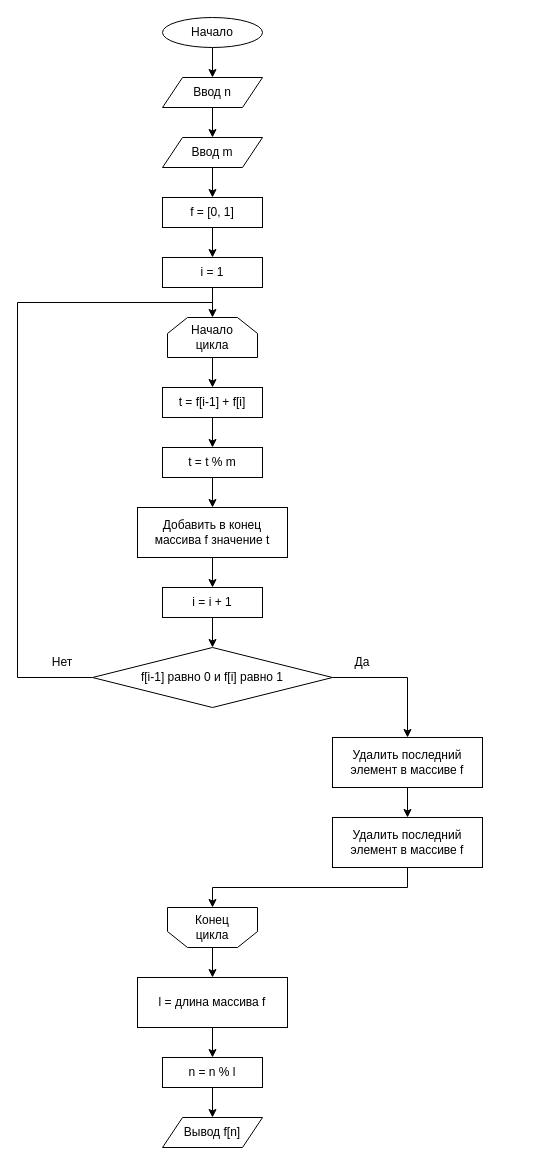
Above: page "2.2.3" (3 of 9) of Блок-схемы.drawio in hantagu/practice (draw.io), before the change. Source tidied: cells renumbered, new cells numbered last; positions are measured from the earlier drawing's top-left corner, leaving out a move shared by most shapes. Both pictures are drawn from the tidied source at 100%, with x=0, y=0 at pixel (17, 17).
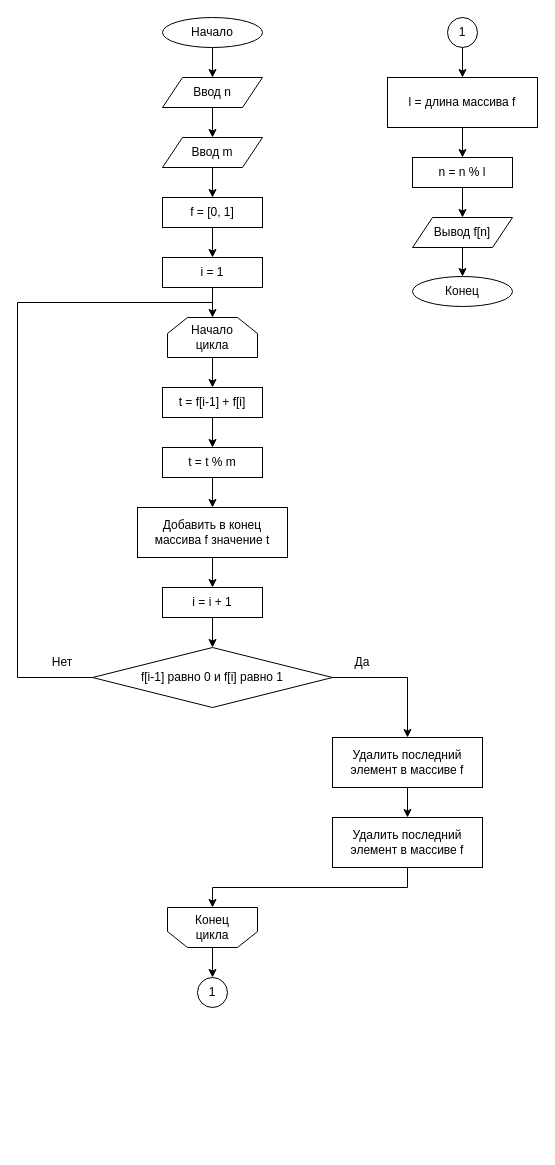
The same page after the edit.

The change refers to these unchanged cells:
```xml
<mxCell id="15" style="shape=loopLimit;whiteSpace=wrap;html=1;rotation=-180;" parent="14" vertex="1">
  <mxGeometry width="90" height="40" as="geometry" />
</mxCell>
```

What changed in the source:
```diff
@@
     <mxCell id="37" value="l = длина массива f" style="rounded=0;whiteSpace=wrap;html=1;" parent="1" vertex="1">
-      <mxGeometry x="120" y="960" width="150" height="50" as="geometry" />
+      <mxGeometry x="370" y="60" width="150" height="50" as="geometry" />
     </mxCell>
@@
     <mxCell id="39" value="n = n % l" style="rounded=0;whiteSpace=wrap;html=1;" parent="1" vertex="1">
-      <mxGeometry x="145" y="1040" width="100" height="30" as="geometry" />
+      <mxGeometry x="395" y="140" width="100" height="30" as="geometry" />
     </mxCell>
+    <mxCell id="42" style="edgeStyle=orthogonalEdgeStyle;rounded=0;jettySize=auto;html=1;exitX=0.5;exitY=1;exitDx=0;exitDy=0;entryX=0.5;entryY=0;entryDx=0;entryDy=0;" parent="1" edge="1" source="40" target="43">
+      <mxGeometry relative="1" as="geometry" />
+    </mxCell>
     <mxCell id="40" value="Вывод f[n]" style="shape=parallelogram;perimeter=parallelogramPerimeter;whiteSpace=wrap;html=1;fixedSize=1;" parent="1" vertex="1">
-      <mxGeometry x="145" y="1100" width="100" height="30" as="geometry" />
+      <mxGeometry x="395" y="200" width="100" height="30" as="geometry" />
     </mxCell>
-    <mxCell id="41" style="edgeStyle=orthogonalEdgeStyle;rounded=0;jettySize=auto;html=1;exitX=0.5;exitY=0;exitDx=0;exitDy=0;entryX=0.5;entryY=0;entryDx=0;entryDy=0;" parent="1" edge="1" source="15" target="37">
-      <mxGeometry relative="1" as="geometry" />
-    </mxCell>
+    <mxCell id="43" value="Конец" style="ellipse;whiteSpace=wrap;html=1;" parent="1" vertex="1">
+      <mxGeometry x="395" y="259" width="100" height="30" as="geometry" />
+    </mxCell>
+    <mxCell id="44" value="1" style="ellipse;whiteSpace=wrap;html=1;" parent="1" vertex="1">
+      <mxGeometry x="180" y="960" width="30" height="30" as="geometry" />
+    </mxCell>
+    <mxCell id="45" style="edgeStyle=orthogonalEdgeStyle;rounded=0;jumpSize=0;jettySize=auto;html=1;exitX=0.5;exitY=0;exitDx=0;exitDy=0;entryX=0.5;entryY=0;entryDx=0;entryDy=0;strokeColor=default;strokeWidth=1;endArrow=classic;endFill=1;startSize=6;endSize=6;" parent="1" edge="1" source="15" target="44">
+      <mxGeometry relative="1" as="geometry" />
+    </mxCell>
+    <mxCell id="46" style="edgeStyle=orthogonalEdgeStyle;rounded=0;jumpSize=0;jettySize=auto;html=1;exitX=0.5;exitY=1;exitDx=0;exitDy=0;entryX=0.5;entryY=0;entryDx=0;entryDy=0;strokeColor=default;strokeWidth=1;endArrow=classic;endFill=1;startSize=6;endSize=6;" parent="1" edge="1" source="47" target="37">
+      <mxGeometry relative="1" as="geometry" />
+    </mxCell>
+    <mxCell id="47" value="1" style="ellipse;whiteSpace=wrap;html=1;" parent="1" vertex="1">
+      <mxGeometry x="430" width="30" height="30" as="geometry" />
+    </mxCell>
```
